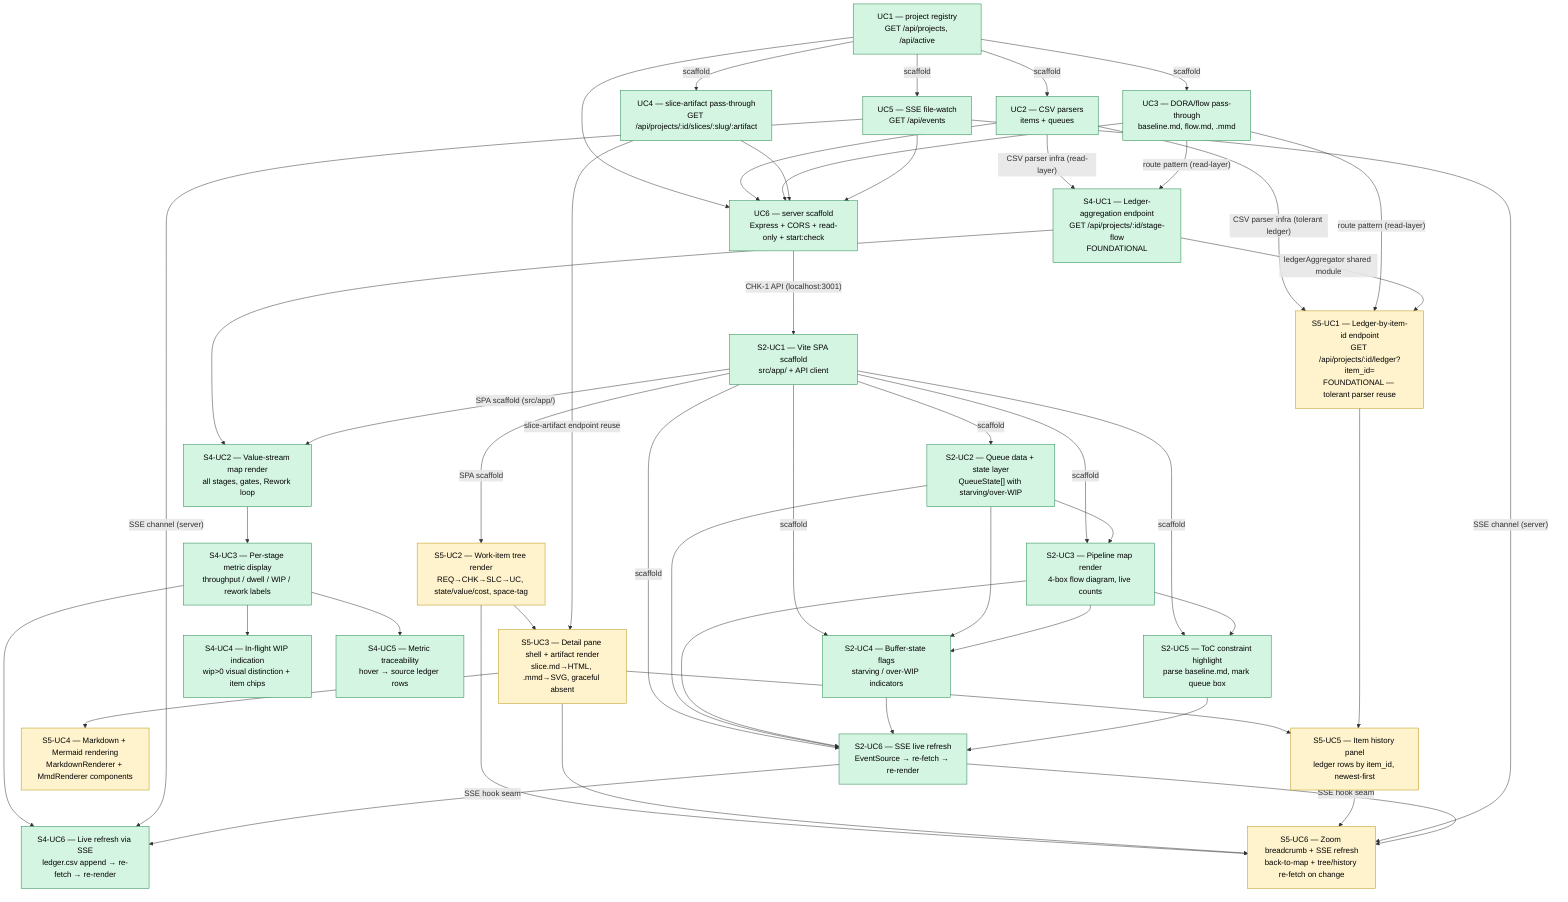
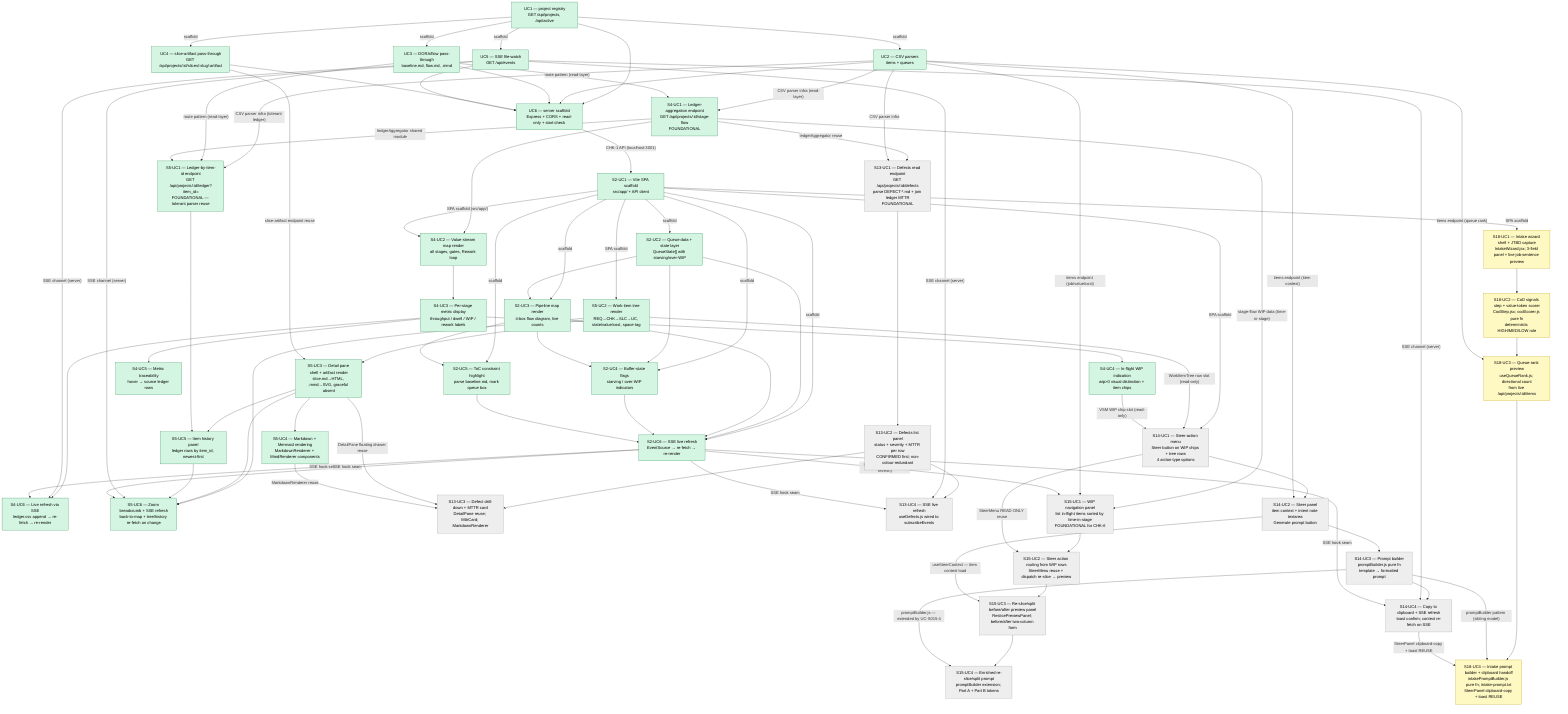
%%{ init: { "theme": "default" } }%%
graph TD
    %% s001 — CHK-1 read layer (server)
    UC1["UC1 — project registry<br/>GET /api/projects, /api/active"]
    UC2["UC2 — CSV parsers<br/>items + queues"]
    UC3["UC3 — DORA/flow pass-through<br/>baseline.md, flow.md, .mmd"]
    UC4["UC4 — slice-artifact pass-through<br/>GET /api/projects/:id/slices/:slug/:artifact"]
    UC5["UC5 — SSE file-watch<br/>GET /api/events"]
    UC6["UC6 — server scaffold<br/>Express + CORS + read-only + start:check"]

    UC1 --> UC6
    UC2 --> UC6
    UC3 --> UC6
    UC4 --> UC6
    UC5 --> UC6

    %% Scaffold scheduling edges (s001 server scaffold)
    UC1 -->|scaffold| UC2
    UC1 -->|scaffold| UC3
    UC1 -->|scaffold| UC4
    UC1 -->|scaffold| UC5

    %% s002 — CHK-2 pipeline map (SPA)
    S2UC1["S2-UC1 — Vite SPA scaffold<br/>src/app/ + API client"]
    S2UC2["S2-UC2 — Queue data + state layer<br/>QueueState[] with starving/over-WIP"]
    S2UC3["S2-UC3 — Pipeline map render<br/>4-box flow diagram, live counts"]
    S2UC4["S2-UC4 — Buffer-state flags<br/>starving / over-WIP indicators"]
    S2UC5["S2-UC5 — ToC constraint highlight<br/>parse baseline.md, mark queue box"]
    S2UC6["S2-UC6 — SSE live refresh<br/>EventSource → re-fetch → re-render"]

    %% s002 internal dependencies
    S2UC1 -->|scaffold| S2UC2
    S2UC1 -->|scaffold| S2UC3
    S2UC1 -->|scaffold| S2UC4
    S2UC1 -->|scaffold| S2UC5
    S2UC1 -->|scaffold| S2UC6
    S2UC2 --> S2UC3
    S2UC2 --> S2UC4
    S2UC3 --> S2UC4
    S2UC3 --> S2UC5
    S2UC2 --> S2UC6
    S2UC3 --> S2UC6
    S2UC4 --> S2UC6
    S2UC5 --> S2UC6

    %% Cross-slice: s002 SPA consumes s001 server API
    UC6 -->|"CHK-1 API (localhost:3001)"| S2UC1

    %% s003 — DROPPED (absorbed into s004 CHK-2 re-scope; 2026-06-09)
    %% S3UC1..S3UC6 nodes removed from active graph

    %% s004 — CHK-2 (re-scoped) value-stream map (server + SPA)
    S4UC1["S4-UC1 — Ledger-aggregation endpoint<br/>GET /api/projects/:id/stage-flow<br/>FOUNDATIONAL"]
    S4UC2["S4-UC2 — Value-stream map render<br/>all stages, gates, Rework loop"]
    S4UC3["S4-UC3 — Per-stage metric display<br/>throughput / dwell / WIP / rework labels"]
    S4UC4["S4-UC4 — In-flight WIP indication<br/>wip>0 visual distinction + item chips"]
    S4UC5["S4-UC5 — Metric traceability<br/>hover → source ledger rows"]
    S4UC6["S4-UC6 — Live refresh via SSE<br/>ledger.csv append → re-fetch → re-render"]

    %% s004 internal dependencies
    S4UC1 --> S4UC2
    S4UC2 --> S4UC3
    S4UC3 --> S4UC4
    S4UC3 --> S4UC5
    S4UC3 --> S4UC6

    %% Cross-slice: s004 server extends s001 read-layer; SPA extends s002 scaffold + SSE
    UC2 -->|"CSV parser infra (read-layer)"| S4UC1
    UC3 -->|"route pattern (read-layer)"| S4UC1
    UC5 -->|"SSE channel (server)"| S4UC6
    S2UC1 -->|"SPA scaffold (src/app/)"| S4UC2
    S2UC6 -->|"SSE hook seam"| S4UC6

    %% s005 — CHK-4 work-item tree & zoom/drill
    S5UC1["S5-UC1 — Ledger-by-item-id endpoint<br/>GET /api/projects/:id/ledger?item_id=<id><br/>FOUNDATIONAL — tolerant parser reuse"]
    S5UC2["S5-UC2 — Work-item tree render<br/>REQ→CHK→SLC→UC, state/value/cost, space-tag"]
    S5UC3["S5-UC3 — Detail pane shell + artifact render<br/>slice.md→HTML, .mmd→SVG, graceful absent"]
    S5UC4["S5-UC4 — Markdown + Mermaid rendering<br/>MarkdownRenderer + MmdRenderer components"]
    S5UC5["S5-UC5 — Item history panel<br/>ledger rows by item_id, newest-first"]
    S5UC6["S5-UC6 — Zoom breadcrumb + SSE refresh<br/>back-to-map + tree/history re-fetch on change"]

    %% s005 internal dependencies
    S5UC2 --> S5UC3
    S5UC3 --> S5UC4
    S5UC3 --> S5UC5
    S5UC1 --> S5UC5
    S5UC2 --> S5UC6
    S5UC3 --> S5UC6
    S5UC5 --> S5UC6

    %% Cross-slice: s005 reuses s001 read-layer + s002/s004 SPA seams
    UC2 -->|"CSV parser infra (tolerant ledger)"| S5UC1
    UC3 -->|"route pattern (read-layer)"| S5UC1
    UC4 -->|"slice-artifact endpoint reuse"| S5UC3
    UC5 -->|"SSE channel (server)"| S5UC6
    S2UC1 -->|"SPA scaffold"| S5UC2
    S2UC6 -->|"SSE hook seam"| S5UC6
    S4UC1 -->|"ledgerAggregator shared module"| S5UC1

+     %% s013 — CHK-8 defects view (SECONDARY)
+     S13UC1["S13-UC1 — Defects read endpoint<br/>GET /api/projects/:id/defects<br/>parse DEFECT-*.md + join ledger MTTR<br/>FOUNDATIONAL"]
+     S13UC2["S13-UC2 — Defects list panel<br/>status + severity + MTTR per row<br/>CONFIRMED first; non-colour-redundant"]
+     S13UC3["S13-UC3 — Defect drill-down + MTTR card<br/>DetailPane reuse; MttrCard; MarkdownRenderer"]
+     S13UC4["S13-UC4 — SSE live refresh<br/>useDefects.js wired to subscribeEvents"]
+ 
+     %% s013 internal dependencies
+     S13UC1 --> S13UC2
+     S13UC2 --> S13UC3
+     S13UC2 --> S13UC4
+ 
+     %% Cross-slice: s013 reuses s001 ledger + s005 drawer/renderer
+     S4UC1 -->|"ledgerAggregator reuse"| S13UC1
+     UC2 -->|"CSV parser infra"| S13UC1
+     UC5 -->|"SSE channel (server)"| S13UC4
+     S5UC3 -->|"DetailPane floating drawer reuse"| S13UC3
+     S5UC4 -->|"MarkdownRenderer reuse"| S13UC3
+     S2UC6 -->|"SSE hook seam"| S13UC4
+ 
+     %% s014 — CHK-5 steer prompt handoff (SECONDARY)
+     S14UC1["S14-UC1 — Steer-action menu<br/>Steer button on WIP chips + tree rows<br/>4 action-type options"]
+     S14UC2["S14-UC2 — Steer panel<br/>item context + intent note textarea<br/>Generate prompt button"]
+     S14UC3["S14-UC3 — Prompt builder<br/>promptBuilder.js pure fn<br/>template → formatted prompt"]
+     S14UC4["S14-UC4 — Copy to clipboard + SSE refresh<br/>toast confirm; context re-fetch on SSE"]
+ 
+     %% s014 internal dependencies (linear chain)
+     S14UC1 --> S14UC2
+     S14UC2 --> S14UC3
+     S14UC3 --> S14UC4
+ 
+     %% Cross-slice: s014 reuses s001 read-layer + s005 SPA seams
+     UC2 -->|"items endpoint (item context)"| S14UC2
+     UC5 -->|"SSE channel (server)"| S14UC4
+     S2UC1 -->|"SPA scaffold"| S14UC1
+     S2UC6 -->|"SSE hook seam"| S14UC4
+     S5UC2 -->|"WorkItemTree row slot (read-only)"| S14UC1
+     S4UC4 -->|"VSM WIP chip slot (read-only)"| S14UC1
+ 
+     %% s015 — CHK-6 WIP navigate & re-slice/split before/after preview (SECONDARY)
+     S15UC1["S15-UC1 — WIP navigation panel<br/>list in-flight items sorted by time-in-stage<br/>FOUNDATIONAL for CHK-6"]
+     S15UC2["S15-UC2 — Steer action routing from WIP rows<br/>SteerMenu reuse + dispatch re-slice → preview"]
+     S15UC3["S15-UC3 — Re-slice/split before/after preview panel<br/>ReslicePreviewPanel; before/after two-column form"]
+     S15UC4["S15-UC4 — Enriched re-slice/split prompt<br/>promptBuilder extension; Part A + Part B tokens"]
+ 
+     %% s015 internal dependencies
+     S15UC1 --> S15UC2
+     S15UC2 --> S15UC3
+     S15UC3 --> S15UC4
+ 
+     %% Cross-slice: s015 builds on s014 steer engine + existing data endpoints
+     S14UC1 -->|"SteerMenu READ-ONLY reuse"| S15UC2
+     S14UC2 -->|"useSteerContext — item context load"| S15UC3
+     S14UC3 -->|"promptBuilder.js — extended by UC-S015-4"| S15UC4
+     S4UC1 -->|"stage-flow WIP data (time-in-stage)"| S15UC1
+     UC2 -->|"items endpoint (job/value/cost)"| S15UC1
+     S2UC6 -->|"SSE hook seam (panel refresh)"| S15UC1
+ 
+     %% s018 — CHK-7 guided cost-of-delay intake (SECONDARY)
+     S18UC1["S18-UC1 — Intake wizard shell + JTBD capture<br/>IntakeWizard.jsx; 3-field panel + live job-sentence preview"]
+     S18UC2["S18-UC2 — CoD signals step + value-token scorer<br/>CodStep.jsx; codScorer.js pure fn<br/>deterministic HIGH/MED/LOW rule"]
+     S18UC3["S18-UC3 — Queue-rank preview<br/>useQueueRank.js; directional count<br/>from live /api/projects/:id/items"]
+     S18UC4["S18-UC4 — Intake prompt builder + clipboard handoff<br/>intakePromptBuilder.js pure fn; intake-prompt.txt<br/>SteerPanel clipboard-copy + toast REUSE"]
+ 
+     %% s018 internal dependencies (linear chain)
+     S18UC1 --> S18UC2
+     S18UC2 --> S18UC3
+     S18UC3 --> S18UC4
+ 
+     %% Cross-slice: s018 reuses s001 read-layer + s002 SPA scaffold + s014 clipboard mechanic
+     S2UC1 -->|"SPA scaffold"| S18UC1
+     UC2 -->|"items endpoint (queue rank)"| S18UC3
+     S14UC3 -->|"promptBuilder pattern (sibling model)"| S18UC4
+     S14UC4 -->|"SteerPanel clipboard-copy + toast REUSE"| S18UC4
+ 
    classDef stable fill:#eee,stroke:#999,color:#000
    classDef delivered fill:#d5f5e3,stroke:#1e8449,color:#000
    classDef superseded fill:#f9ebea,stroke:#c0392b,color:#666
-     classDef changed fill:#fff3cd,stroke:#b7950b,color:#000
+     classDef changed fill:#fef9c3,stroke:#b7950b,color:#000

    class UC1,UC2,UC3,UC4,UC5,UC6 delivered
    class S2UC1,S2UC2,S2UC3,S2UC4,S2UC5,S2UC6 delivered
    class S4UC1,S4UC2,S4UC3,S4UC4,S4UC5,S4UC6 delivered
-     class S5UC1,S5UC2,S5UC3,S5UC4,S5UC5,S5UC6 changed
+     class S5UC1,S5UC2,S5UC3,S5UC4,S5UC5,S5UC6 delivered
+     class S13UC1,S13UC2,S13UC3,S13UC4 stable
+     class S14UC1,S14UC2,S14UC3,S14UC4 stable
+     class S15UC1,S15UC2,S15UC3,S15UC4 stable
+     class S18UC1,S18UC2,S18UC3,S18UC4 changed
